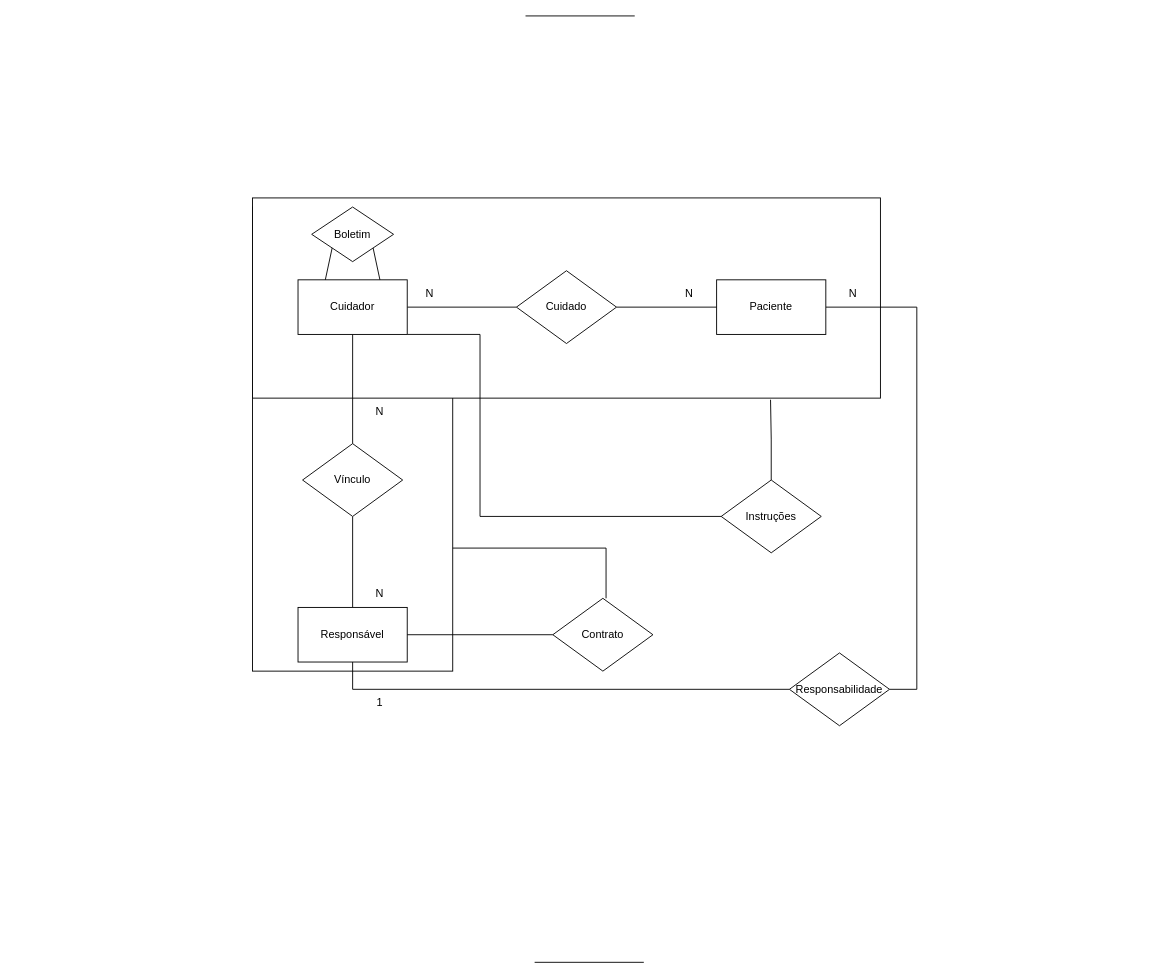
The draw.io diagram MERESII.drawio in Rhaulsal/UML, before the edit. Source tidied: cells renumbered, new cells numbered last; positions are measured from the earlier drawing's top-left corner, leaving out a move shared by most shapes. Both pictures are drawn from the tidied source at 91%, with x=0, y=0 at pixel (252, 15).
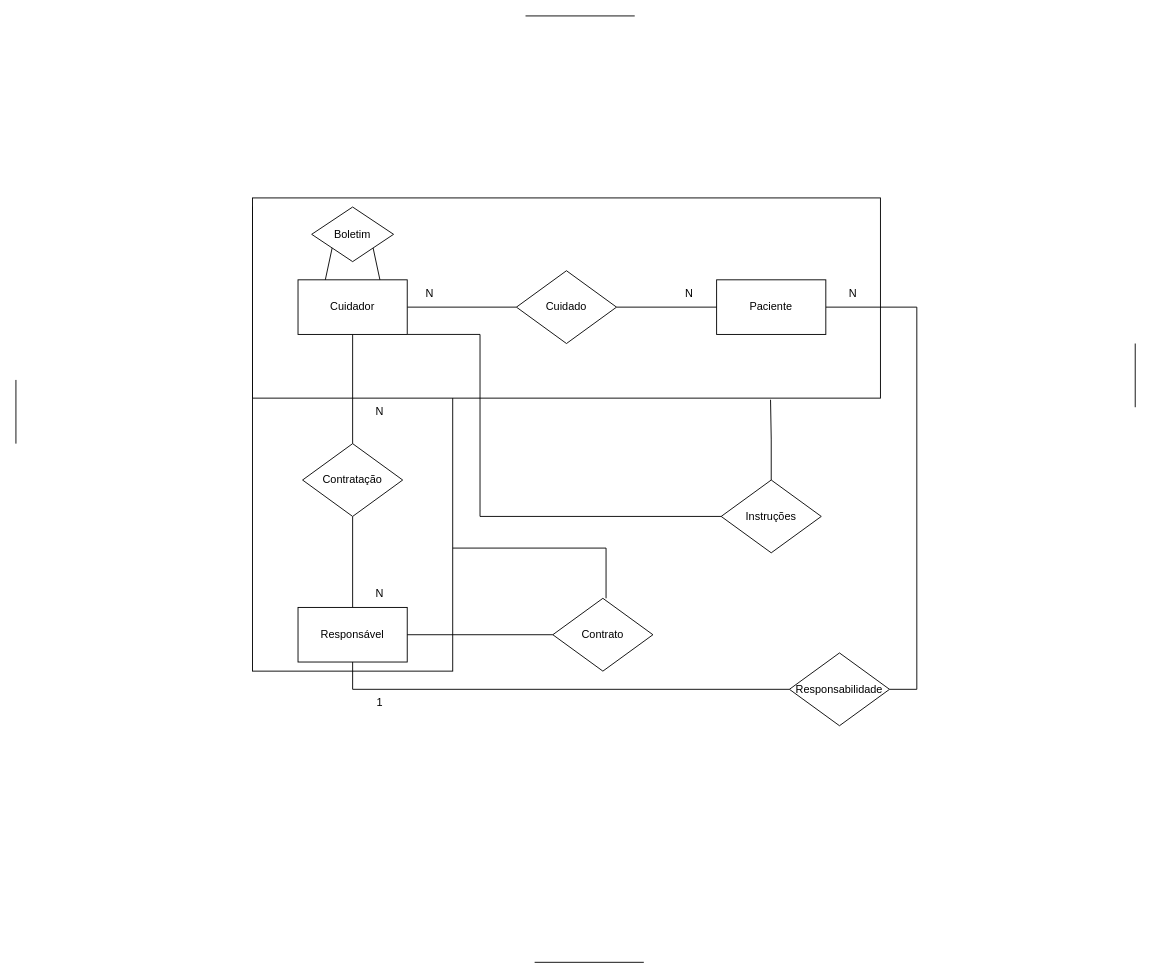
Above is the later version.

Change to the diagram source:
```diff
@@
-    <mxCell id="13" value="Vínculo" style="rhombus;whiteSpace=wrap;html=1;" parent="1" vertex="1">
+    <mxCell id="13" value="Contratação" style="rhombus;whiteSpace=wrap;html=1;" parent="1" vertex="1">
       <mxGeometry x="55" y="470" width="110" height="80" as="geometry" />
     </mxCell>
@@
+    <mxCell id="33" style="endArrow=none;html=1;rounded=0;" parent="1" edge="1">
+      <mxGeometry relative="1" as="geometry">
+        <mxPoint x="-260" y="470" as="sourcePoint" />
+        <mxPoint x="-260" y="400" as="targetPoint" />
+      </mxGeometry>
+    </mxCell>
+    <mxCell id="34" style="endArrow=none;html=1;rounded=0;" parent="1" edge="1">
+      <mxGeometry relative="1" as="geometry">
+        <mxPoint x="970" y="430" as="sourcePoint" />
+        <mxPoint x="970" y="360" as="targetPoint" />
+      </mxGeometry>
+    </mxCell>
```
